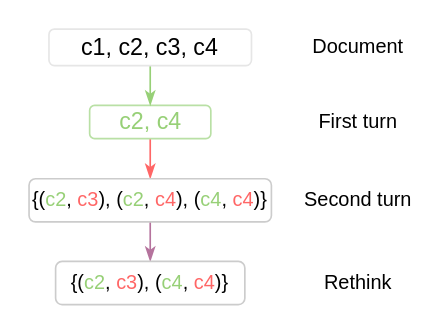
zhoucz97/paper_figure keeps this draw.io diagram as figure1c.drawio. Above is the earlier version. Source tidied: cells renumbered, new cells numbered last; positions are measured from the earlier drawing's top-left corner, leaving out a move shared by most shapes. Both pictures are drawn from the tidied source at 166%, with x=0, y=0 at pixel (28, 28).
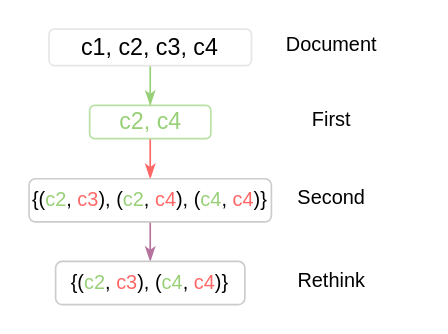
Above is the later version.

The edit, as a diff of the source:
```diff
@@
 <mxGraphModel>
   <root>
     <mxCell id="0" />
     <mxCell id="1" parent="0" />
     <mxCell id="2" style="edgeStyle=orthogonalEdgeStyle;rounded=0;jettySize=auto;html=1;entryX=0.5;entryY=0;entryDx=0;entryDy=0;strokeColor=#FF6666;endArrow=classicThin;endFill=1;" parent="1" edge="1" source="3" target="9">
       <mxGeometry relative="1" as="geometry" />
     </mxCell>
     <mxCell id="3" value="&lt;font style=&quot;font-size: 14px&quot; color=&quot;#97d077&quot;&gt;c2, c4&lt;/font&gt;" style="rounded=1;whiteSpace=wrap;html=1;strokeWidth=1;strokeColor=#B9E0A5;sketch=0;" parent="1" vertex="1">
       <mxGeometry x="36.5" y="46" width="73" height="20" as="geometry" />
     </mxCell>
     <mxCell id="4" style="edgeStyle=orthogonalEdgeStyle;rounded=0;jettySize=auto;html=1;strokeColor=#97D077;endArrow=classicThin;endFill=1;" parent="1" edge="1" source="5" target="3">
       <mxGeometry relative="1" as="geometry" />
     </mxCell>
     <mxCell id="5" value="&lt;font style=&quot;font-size: 14px&quot;&gt;c1, c2, c3, c4&lt;/font&gt;" style="rounded=1;whiteSpace=wrap;html=1;strokeWidth=1;strokeColor=#E6E6E6;perimeterSpacing=0;" parent="1" vertex="1">
       <mxGeometry x="12" width="122" height="22" as="geometry" />
     </mxCell>
-    <mxCell id="6" value="First turn" style="text;html=1;strokeColor=none;fillColor=none;align=center;verticalAlign=middle;whiteSpace=wrap;rounded=0;" parent="1" vertex="1">
-      <mxGeometry x="162" y="46" width="73" height="20" as="geometry" />
+    <mxCell id="6" value="First" style="text;html=1;strokeColor=none;fillColor=none;align=center;verticalAlign=middle;whiteSpace=wrap;rounded=0;" parent="1" vertex="1">
+      <mxGeometry x="146" y="45" width="73" height="20" as="geometry" />
     </mxCell>
-    <mxCell id="7" value="Second turn" style="text;html=1;strokeColor=none;fillColor=none;align=center;verticalAlign=middle;whiteSpace=wrap;rounded=0;" parent="1" vertex="1">
-      <mxGeometry x="162" y="93.2" width="73" height="20" as="geometry" />
+    <mxCell id="7" value="Second" style="text;html=1;strokeColor=none;fillColor=none;align=center;verticalAlign=middle;whiteSpace=wrap;rounded=0;" parent="1" vertex="1">
+      <mxGeometry x="146" y="92.2" width="73" height="20" as="geometry" />
     </mxCell>
     <mxCell id="8" style="edgeStyle=orthogonalEdgeStyle;rounded=0;jettySize=auto;html=1;strokeColor=#B5739D;endArrow=classicThin;endFill=1;" parent="1" edge="1" source="9" target="10">
       <mxGeometry relative="1" as="geometry" />
     </mxCell>
     <mxCell id="9" value="&lt;font style=&quot;font-size: 12px&quot;&gt;{(&lt;font color=&quot;#97d077&quot;&gt;c2&lt;/font&gt;, &lt;font color=&quot;#ff6666&quot;&gt;c3&lt;/font&gt;), (&lt;font color=&quot;#97d077&quot;&gt;c2&lt;/font&gt;, &lt;font color=&quot;#ff6666&quot;&gt;c4&lt;/font&gt;), (&lt;font color=&quot;#97d077&quot;&gt;c4&lt;/font&gt;, &lt;font color=&quot;#ff6666&quot;&gt;c4&lt;/font&gt;)}&lt;/font&gt;" style="rounded=1;whiteSpace=wrap;html=1;strokeWidth=1;sketch=0;strokeColor=#CCCCCC;" parent="1" vertex="1">
       <mxGeometry y="90.2" width="146" height="26" as="geometry" />
     </mxCell>
     <mxCell id="10" value="&lt;font style=&quot;font-size: 12px&quot;&gt;{(&lt;font color=&quot;#97d077&quot;&gt;c2&lt;/font&gt;, &lt;font color=&quot;#ff6666&quot;&gt;c3&lt;/font&gt;), (&lt;font color=&quot;#97d077&quot;&gt;c4&lt;/font&gt;, &lt;font color=&quot;#ff6666&quot;&gt;c4&lt;/font&gt;)}&lt;/font&gt;" style="rounded=1;whiteSpace=wrap;html=1;strokeWidth=1;sketch=0;strokeColor=#CCCCCC;" parent="1" vertex="1">
       <mxGeometry x="16" y="140" width="114" height="26" as="geometry" />
     </mxCell>
     <mxCell id="11" value="Rethink" style="text;html=1;strokeColor=none;fillColor=none;align=center;verticalAlign=middle;whiteSpace=wrap;rounded=0;" parent="1" vertex="1">
-      <mxGeometry x="162" y="143" width="73" height="20" as="geometry" />
+      <mxGeometry x="146" y="142" width="73" height="20" as="geometry" />
     </mxCell>
     <mxCell id="12" value="Document" style="text;html=1;strokeColor=none;fillColor=none;align=center;verticalAlign=middle;whiteSpace=wrap;rounded=0;" parent="1" vertex="1">
-      <mxGeometry x="162" y="1" width="73" height="20" as="geometry" />
+      <mxGeometry x="146" width="73" height="20" as="geometry" />
     </mxCell>
   </root>
 </mxGraphModel>
```
